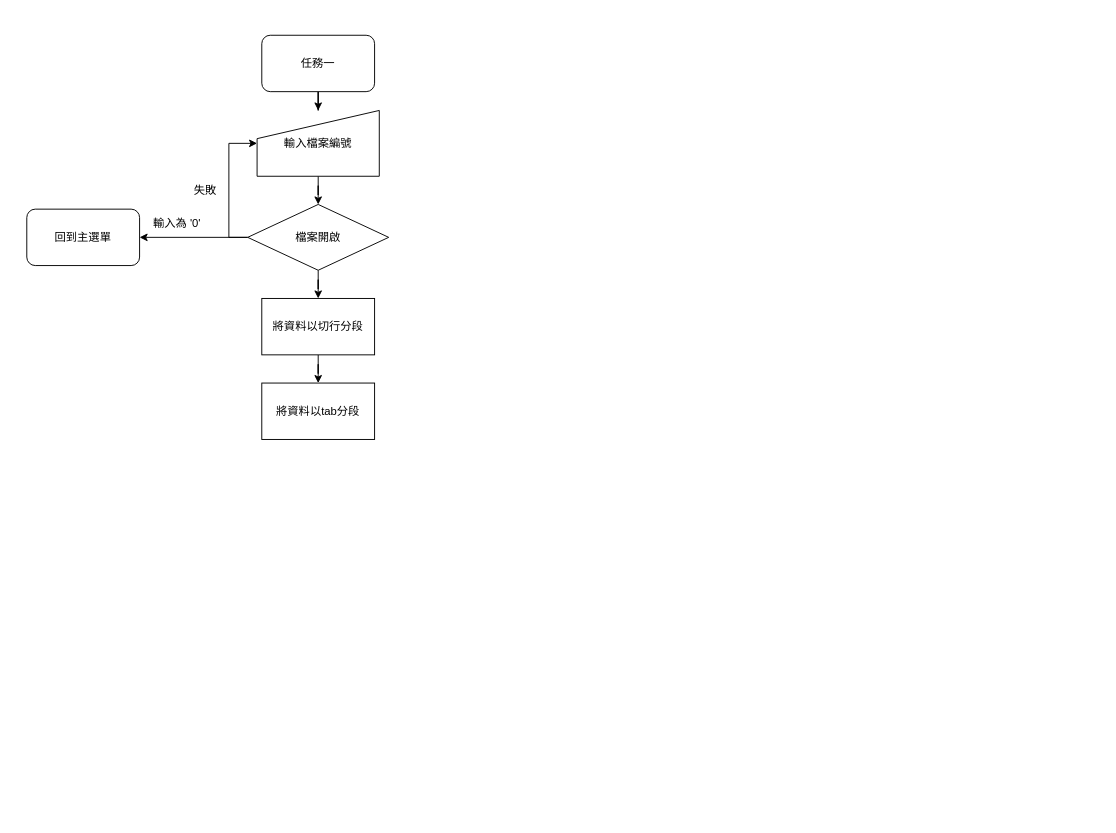
This is heapFlowChart.drawio from PingKP/DataStructure, a draw.io file, before an edit. Source tidied: cells renumbered, new cells numbered last; positions are measured from the earlier drawing's top-left corner, leaving out a move shared by most shapes. Both pictures are drawn from the tidied source at 94%, with x=0, y=0 at pixel (26, 35).
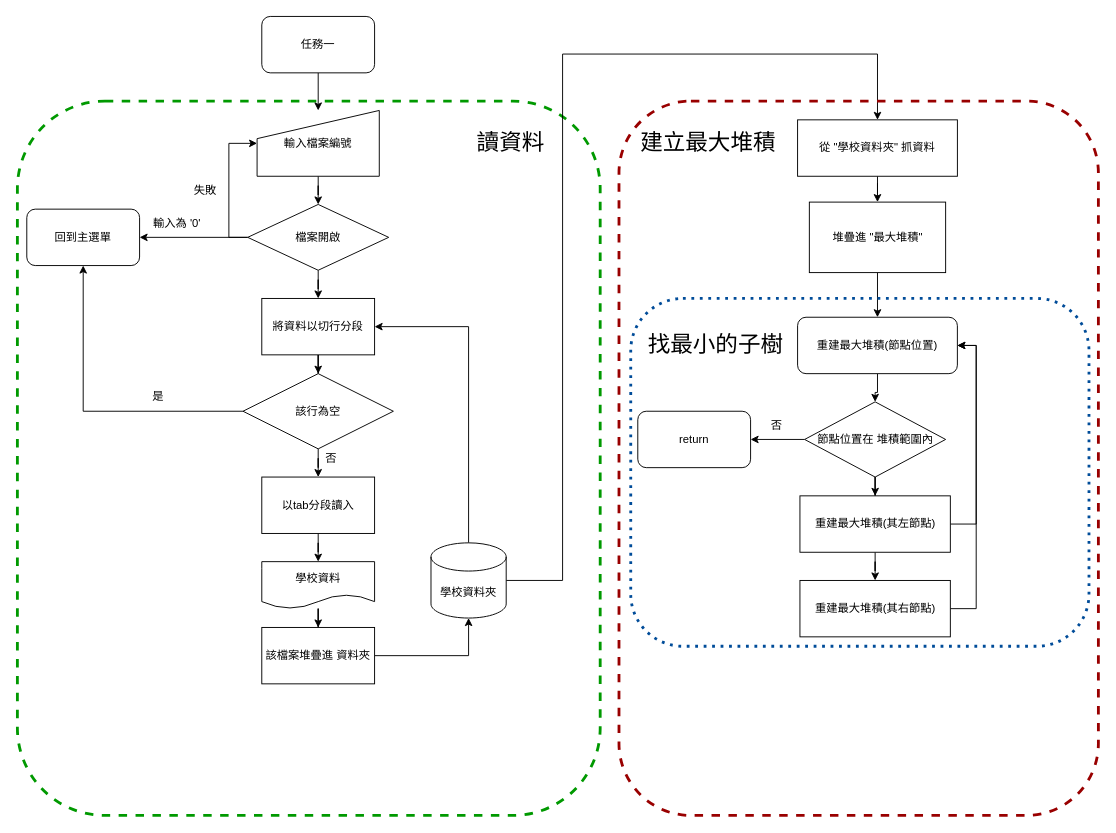
Above is the later version.

Unchanged cells that the change refers to:
```xml
<mxCell id="11" value="回到主選單" style="rounded=1;whiteSpace=wrap;html=1;" parent="1" vertex="1">
  <mxGeometry y="185" width="120" height="60" as="geometry" />
</mxCell>
<mxCell id="14" value="將資料以切行分段" style="rounded=0;whiteSpace=wrap;html=1;" parent="1" vertex="1">
  <mxGeometry x="250" y="280" width="120" height="60" as="geometry" />
</mxCell>
```

What changed in the source:
```diff
@@
+    <mxCell id="16" style="rounded=1;whiteSpace=wrap;html=1;strokeColor=#009900;dashed=1;strokeWidth=3;fillColor=none;glass=0;" parent="1" vertex="1">
+      <mxGeometry x="-10" y="70" width="620" height="760" as="geometry" />
+    </mxCell>
@@
     <mxCell id="3" value="任務一" style="rounded=1;whiteSpace=wrap;html=1;" parent="1" vertex="1">
-      <mxGeometry x="250" width="120" height="60" as="geometry" />
+      <mxGeometry x="250" y="-20" width="120" height="60" as="geometry" />
     </mxCell>
@@
-    <mxCell id="13" style="edgeStyle=orthogonalEdgeStyle;rounded=0;jettySize=auto;html=1;exitX=0.5;exitY=1;exitDx=0;exitDy=0;" parent="1" edge="1" source="14" target="15">
-      <mxGeometry relative="1" as="geometry" />
-    </mxCell>
+    <mxCell id="17" style="edgeStyle=orthogonalEdgeStyle;rounded=0;jettySize=auto;html=1;" parent="1" edge="1" source="14" target="31">
+      <mxGeometry relative="1" as="geometry" />
+    </mxCell>
@@
+    <mxCell id="18" style="edgeStyle=orthogonalEdgeStyle;rounded=0;jettySize=auto;html=1;" parent="1" edge="1" source="15" target="20">
+      <mxGeometry relative="1" as="geometry" />
+    </mxCell>
-    <mxCell id="15" value="將資料以tab分段" style="rounded=0;whiteSpace=wrap;html=1;" parent="1" vertex="1">
-      <mxGeometry x="250" y="370" width="120" height="60" as="geometry" />
+    <mxCell id="15" value="以tab分段&lt;span style=&quot;background-color: transparent; color: light-dark(rgb(0, 0, 0), rgb(255, 255, 255));&quot;&gt;讀入&lt;/span&gt;" style="rounded=0;whiteSpace=wrap;html=1;" parent="1" vertex="1">
+      <mxGeometry x="250" y="470" width="120" height="60" as="geometry" />
     </mxCell>
+    <mxCell id="19" style="edgeStyle=orthogonalEdgeStyle;rounded=0;jettySize=auto;html=1;" parent="1" edge="1" source="20" target="22">
+      <mxGeometry relative="1" as="geometry" />
+    </mxCell>
+    <mxCell id="20" value="學校資料" style="shape=document;whiteSpace=wrap;html=1;boundedLbl=1;" parent="1" vertex="1">
+      <mxGeometry x="250" y="560" width="120" height="50" as="geometry" />
+    </mxCell>
+    <mxCell id="21" style="edgeStyle=orthogonalEdgeStyle;rounded=0;jettySize=auto;html=1;exitX=1;exitY=0.5;exitDx=0;exitDy=0;" parent="1" edge="1" source="22" target="25">
+      <mxGeometry relative="1" as="geometry" />
+    </mxCell>
+    <mxCell id="22" value="該檔案堆疊進 資料夾" style="rounded=0;whiteSpace=wrap;html=1;" parent="1" vertex="1">
+      <mxGeometry x="250" y="630" width="120" height="60" as="geometry" />
+    </mxCell>
+    <mxCell id="23" style="edgeStyle=orthogonalEdgeStyle;rounded=0;jettySize=auto;html=1;exitX=0.5;exitY=0;exitDx=0;exitDy=0;exitPerimeter=0;entryX=1;entryY=0.5;entryDx=0;entryDy=0;" parent="1" edge="1" source="25" target="14">
+      <mxGeometry relative="1" as="geometry" />
+    </mxCell>
+    <mxCell id="24" style="edgeStyle=orthogonalEdgeStyle;rounded=0;jettySize=auto;html=1;exitX=1;exitY=0.5;exitDx=0;exitDy=0;exitPerimeter=0;entryX=0.5;entryY=0;entryDx=0;entryDy=0;" parent="1" edge="1" source="25" target="35">
+      <mxGeometry relative="1" as="geometry">
+        <Array as="points">
+          <mxPoint x="570" y="580" />
+          <mxPoint x="570" y="20" />
+          <mxPoint x="905" y="20" />
+        </Array>
+      </mxGeometry>
+    </mxCell>
+    <mxCell id="25" value="學校資料夾" style="shape=cylinder3;whiteSpace=wrap;html=1;boundedLbl=1;backgroundOutline=1;size=15;" parent="1" vertex="1">
+      <mxGeometry x="430" y="540" width="80" height="80" as="geometry" />
+    </mxCell>
+    <mxCell id="26" value="&lt;font style=&quot;font-size: 24px;&quot;&gt;讀資料&lt;/font&gt;" style="text;html=1;align=center;verticalAlign=middle;whiteSpace=wrap;rounded=0;" parent="1" vertex="1">
+      <mxGeometry x="450" y="100" width="130" height="30" as="geometry" />
+    </mxCell>
+    <mxCell id="27" style="rounded=1;whiteSpace=wrap;html=1;strokeWidth=3;fillColor=none;strokeColor=#990000;dashed=1;" parent="1" vertex="1">
+      <mxGeometry x="630" y="70" width="510" height="760" as="geometry" />
+    </mxCell>
+    <mxCell id="28" value="&lt;font style=&quot;font-size: 24px;&quot;&gt;建立最大堆積&lt;/font&gt;" style="text;html=1;align=center;verticalAlign=middle;whiteSpace=wrap;rounded=0;" parent="1" vertex="1">
+      <mxGeometry x="650" y="100" width="150" height="30" as="geometry" />
+    </mxCell>
+    <mxCell id="29" style="edgeStyle=orthogonalEdgeStyle;rounded=0;jettySize=auto;html=1;exitX=0;exitY=0.5;exitDx=0;exitDy=0;" parent="1" edge="1" source="31" target="11">
+      <mxGeometry relative="1" as="geometry" />
+    </mxCell>
+    <mxCell id="30" style="edgeStyle=orthogonalEdgeStyle;rounded=0;jettySize=auto;html=1;exitX=0.5;exitY=1;exitDx=0;exitDy=0;" parent="1" edge="1" source="31" target="15">
+      <mxGeometry relative="1" as="geometry" />
+    </mxCell>
+    <mxCell id="31" value="該行為空" style="rhombus;whiteSpace=wrap;html=1;" parent="1" vertex="1">
+      <mxGeometry x="230" y="360" width="160" height="80" as="geometry" />
+    </mxCell>
+    <mxCell id="32" value="是" style="text;html=1;align=center;verticalAlign=middle;whiteSpace=wrap;rounded=0;" parent="1" vertex="1">
+      <mxGeometry x="110" y="370" width="60" height="30" as="geometry" />
+    </mxCell>
+    <mxCell id="33" value="否" style="text;html=1;align=center;verticalAlign=middle;whiteSpace=wrap;rounded=0;" parent="1" vertex="1">
+      <mxGeometry x="294" y="435" width="60" height="30" as="geometry" />
+    </mxCell>
+    <mxCell id="34" style="edgeStyle=orthogonalEdgeStyle;rounded=0;jettySize=auto;html=1;" parent="1" edge="1" source="35" target="37">
+      <mxGeometry relative="1" as="geometry" />
+    </mxCell>
+    <mxCell id="35" value="從 &quot;學校資料夾&quot; 抓資料" style="rounded=0;whiteSpace=wrap;html=1;" parent="1" vertex="1">
+      <mxGeometry x="820" y="90" width="170" height="60" as="geometry" />
+    </mxCell>
+    <mxCell id="36" style="edgeStyle=orthogonalEdgeStyle;rounded=0;jettySize=auto;html=1;" parent="1" edge="1" source="37" target="39">
+      <mxGeometry relative="1" as="geometry" />
+    </mxCell>
+    <mxCell id="37" value="堆疊進 &quot;最大堆積&quot;" style="rounded=0;whiteSpace=wrap;html=1;" parent="1" vertex="1">
+      <mxGeometry x="832.5" y="177.5" width="145" height="75" as="geometry" />
+    </mxCell>
+    <mxCell id="38" style="edgeStyle=orthogonalEdgeStyle;rounded=0;jettySize=auto;html=1;" parent="1" edge="1" source="39" target="42">
+      <mxGeometry relative="1" as="geometry" />
+    </mxCell>
+    <mxCell id="39" value="重建最大堆積(節點位置)" style="rounded=1;whiteSpace=wrap;html=1;" parent="1" vertex="1">
+      <mxGeometry x="820" y="300" width="170" height="60" as="geometry" />
+    </mxCell>
+    <mxCell id="40" style="edgeStyle=orthogonalEdgeStyle;rounded=0;jettySize=auto;html=1;" parent="1" edge="1" source="42" target="43">
+      <mxGeometry relative="1" as="geometry" />
+    </mxCell>
+    <mxCell id="41" style="edgeStyle=orthogonalEdgeStyle;rounded=0;jettySize=auto;html=1;" parent="1" edge="1" source="42" target="47">
+      <mxGeometry relative="1" as="geometry" />
+    </mxCell>
+    <mxCell id="42" value="節點位置在 堆積範圍內" style="rhombus;whiteSpace=wrap;html=1;" parent="1" vertex="1">
+      <mxGeometry x="827.5" y="390" width="150" height="80" as="geometry" />
+    </mxCell>
+    <mxCell id="43" value="return" style="rounded=1;whiteSpace=wrap;html=1;" parent="1" vertex="1">
+      <mxGeometry x="650" y="400" width="120" height="60" as="geometry" />
+    </mxCell>
+    <mxCell id="44" value="否" style="text;html=1;align=center;verticalAlign=middle;whiteSpace=wrap;rounded=0;" parent="1" vertex="1">
+      <mxGeometry x="767.5" y="400" width="60" height="30" as="geometry" />
+    </mxCell>
+    <mxCell id="45" style="edgeStyle=orthogonalEdgeStyle;rounded=0;jettySize=auto;html=1;" parent="1" edge="1" source="47" target="49">
+      <mxGeometry relative="1" as="geometry" />
+    </mxCell>
+    <mxCell id="46" style="edgeStyle=orthogonalEdgeStyle;rounded=0;jettySize=auto;html=1;exitX=1;exitY=0.5;exitDx=0;exitDy=0;entryX=1;entryY=0.5;entryDx=0;entryDy=0;" parent="1" edge="1" source="47" target="39">
+      <mxGeometry relative="1" as="geometry" />
+    </mxCell>
+    <mxCell id="47" value="重建最大堆積(其左節點)" style="rounded=0;whiteSpace=wrap;html=1;" parent="1" vertex="1">
+      <mxGeometry x="822.5" y="490" width="160" height="60" as="geometry" />
+    </mxCell>
+    <mxCell id="48" style="edgeStyle=orthogonalEdgeStyle;rounded=0;jettySize=auto;html=1;exitX=1;exitY=0.5;exitDx=0;exitDy=0;entryX=1;entryY=0.5;entryDx=0;entryDy=0;" parent="1" edge="1" source="49" target="39">
+      <mxGeometry relative="1" as="geometry" />
+    </mxCell>
+    <mxCell id="49" value="重建最大堆積(其右節點)" style="rounded=0;whiteSpace=wrap;html=1;" parent="1" vertex="1">
+      <mxGeometry x="822.5" y="580" width="160" height="60" as="geometry" />
+    </mxCell>
+    <mxCell id="50" style="rounded=1;whiteSpace=wrap;html=1;fillColor=none;strokeColor=#004C99;dashed=1;dashPattern=1 2;strokeWidth=3;" parent="1" vertex="1">
+      <mxGeometry x="642.5" y="280" width="487.5" height="370" as="geometry" />
+    </mxCell>
+    <mxCell id="51" value="&lt;font style=&quot;font-size: 24px;&quot;&gt;找最小的子樹&lt;/font&gt;" style="text;html=1;align=center;verticalAlign=middle;whiteSpace=wrap;rounded=0;" parent="1" vertex="1">
+      <mxGeometry x="637.5" y="310" width="190" height="40" as="geometry" />
+    </mxCell>
```
